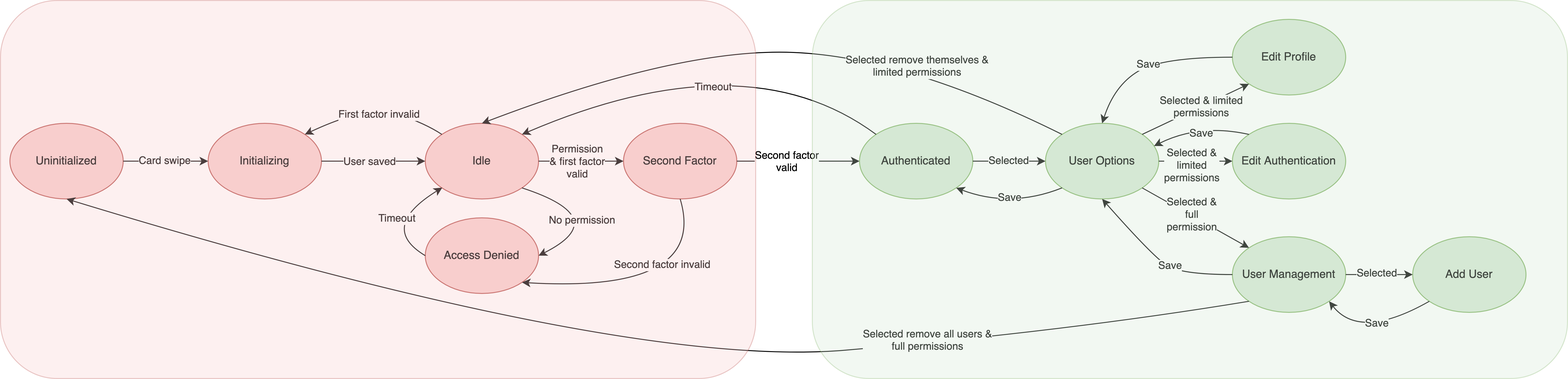
Before: Documentation/4180 State Diagram.png, a diagram exported from draw.io (ArkaneMoose/BuzzLock). Source tidied: cells renumbered, new cells last; positions are measured from the earlier drawing's top-left corner, leaving out a move shared by most shapes.
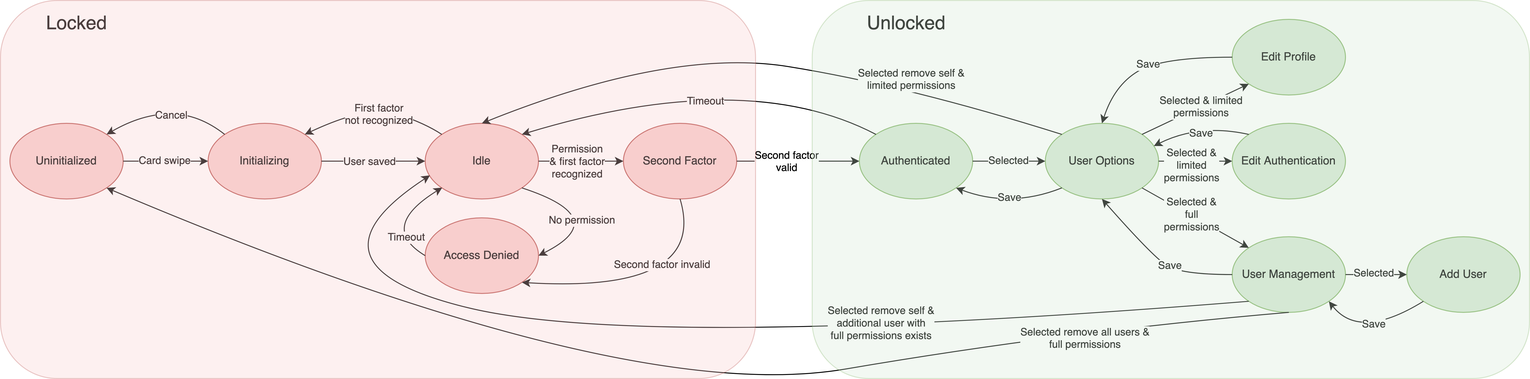
Above is the later version.

Commit message:
New state diagram

Diff of the diagram source:
```diff
@@ -33,7 +33,7 @@
       <mxGeometry x="1305" y="250" width="120" height="80" as="geometry" />
     </mxCell>
     <mxCell id="12" value="Add User" style="ellipse;whiteSpace=wrap;html=1;fillColor=#d5e8d4;strokeColor=#82b366;" parent="1" vertex="1">
-      <mxGeometry x="1496" y="250" width="120" height="80" as="geometry" />
+      <mxGeometry x="1490" y="250" width="120" height="80" as="geometry" />
     </mxCell>
     <mxCell id="13" style="endArrow=classic;html=1;exitX=1;exitY=0.5;exitDx=0;exitDy=0;entryX=0;entryY=0.5;entryDx=0;entryDy=0;" parent="1" edge="1" source="2" target="3">
       <mxGeometry relative="1" as="geometry" />
@@ -54,7 +54,7 @@
     <mxCell id="17" style="endArrow=classic;html=1;exitX=1;exitY=0.5;exitDx=0;exitDy=0;entryX=0;entryY=0.5;entryDx=0;entryDy=0;" parent="1" edge="1" source="4" target="5">
       <mxGeometry relative="1" as="geometry" />
     </mxCell>
-    <mxCell id="18" value="&lt;div&gt;Permission&lt;/div&gt;&lt;div&gt;&amp;amp; first factor &lt;br&gt;&lt;/div&gt;&lt;div&gt;valid&lt;br&gt;&lt;/div&gt;" style="edgeLabel;html=1;align=center;verticalAlign=middle;labelBackgroundColor=#FFFFFF;" parent="17" vertex="1">
+    <mxCell id="18" value="&lt;div&gt;Permission&lt;/div&gt;&lt;div&gt;&amp;amp; first factor &lt;br&gt;&lt;/div&gt;&lt;div&gt;recognized&lt;br&gt;&lt;/div&gt;" style="edgeLabel;html=1;align=center;verticalAlign=middle;labelBackgroundColor=#FFFFFF;" parent="17" vertex="1">
       <mxGeometry x="-0.24" relative="1" as="geometry">
         <mxPoint x="6" as="offset" />
       </mxGeometry>
@@ -89,7 +89,7 @@
     </mxCell>
     <mxCell id="24" value="Timeout" style="edgeLabel;html=1;align=center;verticalAlign=middle;labelBackgroundColor=#FFFFFF;" parent="23" vertex="1">
       <mxGeometry x="-0.29" y="-5" relative="1" as="geometry">
-        <mxPoint x="9.4" y="-10.5" as="offset" />
+        <mxPoint x="19.4" y="9.5" as="offset" />
       </mxGeometry>
     </mxCell>
     <mxCell id="25" style="curved=1;endArrow=classic;html=1;exitX=0;exitY=0;exitDx=0;exitDy=0;entryX=1;entryY=0;entryDx=0;entryDy=0;" parent="1" edge="1" source="4" target="3">
@@ -100,7 +100,7 @@
         </Array>
       </mxGeometry>
     </mxCell>
-    <mxCell id="26" value="First factor invalid" style="edgeLabel;html=1;align=center;verticalAlign=middle;labelBackgroundColor=#FFFFFF;" parent="25" vertex="1">
+    <mxCell id="26" value="&lt;div&gt;First factor &lt;br&gt;&lt;/div&gt;&lt;div&gt;not recognized&lt;br&gt;&lt;/div&gt;" style="edgeLabel;html=1;align=center;verticalAlign=middle;labelBackgroundColor=#FFFFFF;" parent="25" vertex="1">
       <mxGeometry x="-0.08" y="8" relative="1" as="geometry">
         <mxPoint x="1.8" y="-1.2" as="offset" />
       </mxGeometry>
@@ -118,12 +118,14 @@
     <mxCell id="29" style="curved=1;endArrow=classic;html=1;exitX=0;exitY=0;exitDx=0;exitDy=0;entryX=1;entryY=0;entryDx=0;entryDy=0;" parent="1" edge="1" source="7" target="4">
       <mxGeometry relative="1" as="geometry">
         <Array as="points">
-          <mxPoint x="790" y="40" />
+          <mxPoint x="790" y="70" />
         </Array>
       </mxGeometry>
     </mxCell>
     <mxCell id="30" value="Timeout" style="edgeLabel;html=1;align=center;verticalAlign=middle;labelBackgroundColor=#FFFFFF;" parent="29" vertex="1">
-      <mxGeometry x="0.04" y="33" relative="1" as="geometry" />
+      <mxGeometry x="0.04" y="33" relative="1" as="geometry">
+        <mxPoint y="-11.7" as="offset" />
+      </mxGeometry>
     </mxCell>
     <mxCell id="31" style="endArrow=classic;html=1;exitX=1;exitY=0.5;exitDx=0;exitDy=0;entryX=0;entryY=0.5;entryDx=0;entryDy=0;" parent="1" edge="1" source="7" target="8">
       <mxGeometry relative="1" as="geometry" />
@@ -148,14 +150,14 @@
     <mxCell id="37" style="endArrow=classic;html=1;exitX=1;exitY=1;exitDx=0;exitDy=0;entryX=0;entryY=0;entryDx=0;entryDy=0;" parent="1" edge="1" source="8" target="11">
       <mxGeometry relative="1" as="geometry" />
     </mxCell>
-    <mxCell id="38" value="&lt;div&gt;Selected &amp;amp;&lt;/div&gt;&lt;div&gt;full&lt;/div&gt;&lt;div&gt;permission&lt;br&gt;&lt;/div&gt;" style="edgeLabel;html=1;align=center;verticalAlign=middle;" parent="37" vertex="1">
+    <mxCell id="38" value="&lt;div&gt;Selected &amp;amp;&lt;/div&gt;&lt;div&gt;full&lt;/div&gt;&lt;div&gt;permissions&lt;br&gt;&lt;/div&gt;" style="edgeLabel;html=1;align=center;verticalAlign=middle;" parent="37" vertex="1">
       <mxGeometry x="-0.1" y="1" relative="1" as="geometry" />
     </mxCell>
     <mxCell id="39" style="endArrow=classic;html=1;exitX=1;exitY=0.5;exitDx=0;exitDy=0;entryX=0;entryY=0.5;entryDx=0;entryDy=0;" parent="1" edge="1" source="11" target="12">
       <mxGeometry relative="1" as="geometry" />
     </mxCell>
     <mxCell id="40" value="&lt;div&gt;Selected &lt;br&gt;&lt;/div&gt;" style="edgeLabel;html=1;align=center;verticalAlign=middle;" parent="1" vertex="1">
-      <mxGeometry x="1430" y="291" as="geometry">
+      <mxGeometry x="1427" y="291" as="geometry">
         <mxPoint x="27" y="-2" as="offset" />
       </mxGeometry>
     </mxCell>
@@ -220,29 +222,61 @@
     <mxCell id="51" style="curved=1;endArrow=classic;html=1;exitX=0;exitY=0;exitDx=0;exitDy=0;entryX=0.5;entryY=0;entryDx=0;entryDy=0;" parent="1" edge="1" source="8" target="4">
       <mxGeometry relative="1" as="geometry">
         <Array as="points">
-          <mxPoint x="960" y="60" />
-          <mxPoint x="720" y="50" />
+          <mxPoint x="960" y="90" />
+          <mxPoint x="710" y="50" />
         </Array>
       </mxGeometry>
     </mxCell>
-    <mxCell id="52" value="&lt;div&gt;Selected remove themselves &amp;amp;&lt;/div&gt;&lt;div&gt;limited permissions&lt;br&gt;&lt;/div&gt;" style="edgeLabel;html=1;align=center;verticalAlign=middle;" parent="51" vertex="1">
+    <mxCell id="52" value="&lt;div&gt;Selected remove self &amp;amp;&lt;/div&gt;&lt;div&gt;limited permissions&lt;br&gt;&lt;/div&gt;" style="edgeLabel;html=1;align=center;verticalAlign=middle;" parent="51" vertex="1">
       <mxGeometry x="-0.03" y="-2" relative="1" as="geometry">
         <mxPoint x="142.1" y="17.5" as="offset" />
       </mxGeometry>
     </mxCell>
-    <mxCell id="53" style="curved=1;endArrow=classic;html=1;exitX=0;exitY=1;exitDx=0;exitDy=0;entryX=0.5;entryY=1;entryDx=0;entryDy=0;" parent="1" edge="1" source="11" target="2">
+    <mxCell id="53" style="curved=1;endArrow=classic;html=1;exitX=0.5;exitY=1;exitDx=0;exitDy=0;entryX=1;entryY=1;entryDx=0;entryDy=0;" parent="1" edge="1" source="11" target="2">
       <mxGeometry relative="1" as="geometry">
         <Array as="points">
           <mxPoint x="1130" y="350" />
-          <mxPoint x="660" y="390" />
+          <mxPoint x="660" y="430" />
         </Array>
       </mxGeometry>
     </mxCell>
     <mxCell id="54" value="&lt;div&gt;Selected remove all users &amp;amp; &lt;br&gt;&lt;/div&gt;&lt;div&gt;full permissions&lt;br&gt;&lt;/div&gt;" style="edgeLabel;html=1;align=center;verticalAlign=middle;" parent="53" vertex="1">
-      <mxGeometry x="-0.46" y="-3" relative="1" as="geometry" />
+      <mxGeometry x="-0.46" y="-3" relative="1" as="geometry">
+        <mxPoint x="133" y="-9.4" as="offset" />
+      </mxGeometry>
     </mxCell>
+    <mxCell id="57" value="Unlocked" style="text;html=1;strokeColor=none;fillColor=none;align=center;verticalAlign=middle;whiteSpace=wrap;rounded=0;glass=0;opacity=30;fontSize=20;labelBackgroundColor=none;labelBorderColor=none;" parent="1" vertex="1">
+      <mxGeometry x="910" y="10" width="100" height="30" as="geometry" />
+    </mxCell>
+    <mxCell id="58" value="Locked" style="text;html=1;strokeColor=none;fillColor=none;align=center;verticalAlign=middle;whiteSpace=wrap;rounded=0;glass=0;opacity=30;fontSize=20;" parent="1" vertex="1">
+      <mxGeometry x="31" y="10" width="100" height="30" as="geometry" />
+    </mxCell>
+    <mxCell id="59" style="curved=1;endArrow=classic;html=1;exitX=0;exitY=0;exitDx=0;exitDy=0;entryX=1;entryY=0;entryDx=0;entryDy=0;" parent="1" edge="1" source="3" target="2">
+      <mxGeometry relative="1" as="geometry">
+        <Array as="points">
+          <mxPoint x="210" y="120" />
+          <mxPoint x="150" y="120" />
+        </Array>
+      </mxGeometry>
+    </mxCell>
+    <mxCell id="60" value="Cancel" style="edgeLabel;html=1;align=center;verticalAlign=middle;labelBackgroundColor=#FFFFFF;" parent="59" vertex="1">
+      <mxGeometry x="-0.08" y="8" relative="1" as="geometry">
+        <mxPoint x="-0.2" y="-6.2" as="offset" />
+      </mxGeometry>
+    </mxCell>
+    <mxCell id="61" style="curved=1;endArrow=classic;html=1;exitX=0;exitY=1;exitDx=0;exitDy=0;entryX=0.042;entryY=0.688;entryDx=0;entryDy=0;entryPerimeter=0;" parent="1" edge="1" source="11" target="4">
+      <mxGeometry relative="1" as="geometry">
+        <Array as="points">
+          <mxPoint x="680" y="370" />
+          <mxPoint x="310" y="280" />
+        </Array>
+      </mxGeometry>
+    </mxCell>
+    <mxCell id="62" value="&lt;div&gt;Selected remove self &amp;amp;&lt;/div&gt;&lt;div&gt;additional user with &lt;br&gt;&lt;/div&gt;&lt;div&gt;full permissions exists&lt;br&gt;&lt;/div&gt;" style="edgeLabel;html=1;align=center;verticalAlign=middle;" parent="61" vertex="1">
+      <mxGeometry x="-0.35" y="-8" relative="1" as="geometry" />
+    </mxCell>
     <mxCell id="55" style="rounded=1;whiteSpace=wrap;html=1;fillColor=#d5e8d4;strokeColor=#82b366;glass=0;opacity=30;" parent="1" vertex="1">
-      <mxGeometry x="860" width="800" height="400" as="geometry" />
+      <mxGeometry x="860" width="760" height="400" as="geometry" />
     </mxCell>
     <mxCell id="56" style="rounded=1;whiteSpace=wrap;html=1;fillColor=#F8CECC;strokeColor=#b85450;glass=0;opacity=30;gradientColor=none;" parent="1" vertex="1">
       <mxGeometry width="800" height="400" as="geometry" />
```
